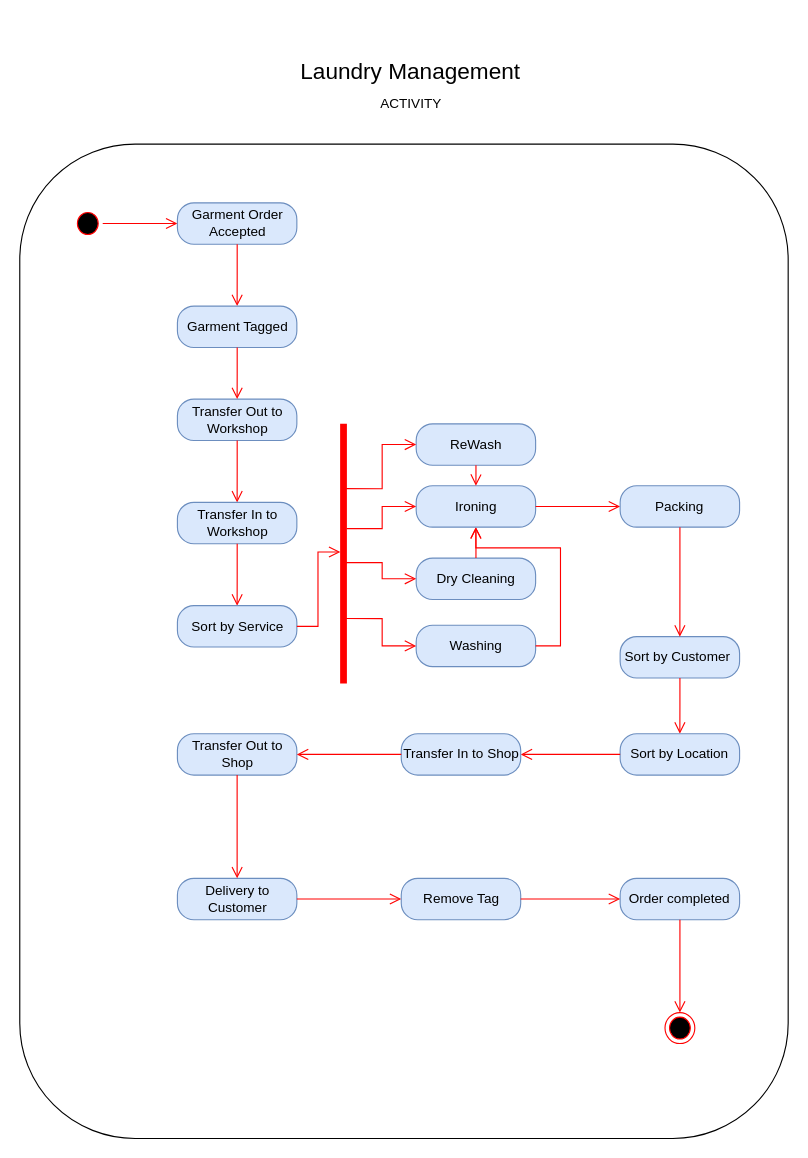
Earlier version of the draw.io diagram UML/Activity.drawio (Mufaddalsr/Laundry-Management-MaxLaundry-). Source tidied: cells renumbered, new cells numbered last; positions are measured from the earlier drawing's top-left corner, leaving out a move shared by most shapes. Both pictures are drawn from the tidied source at 113%, with x=0, y=0 at pixel (19, 53).
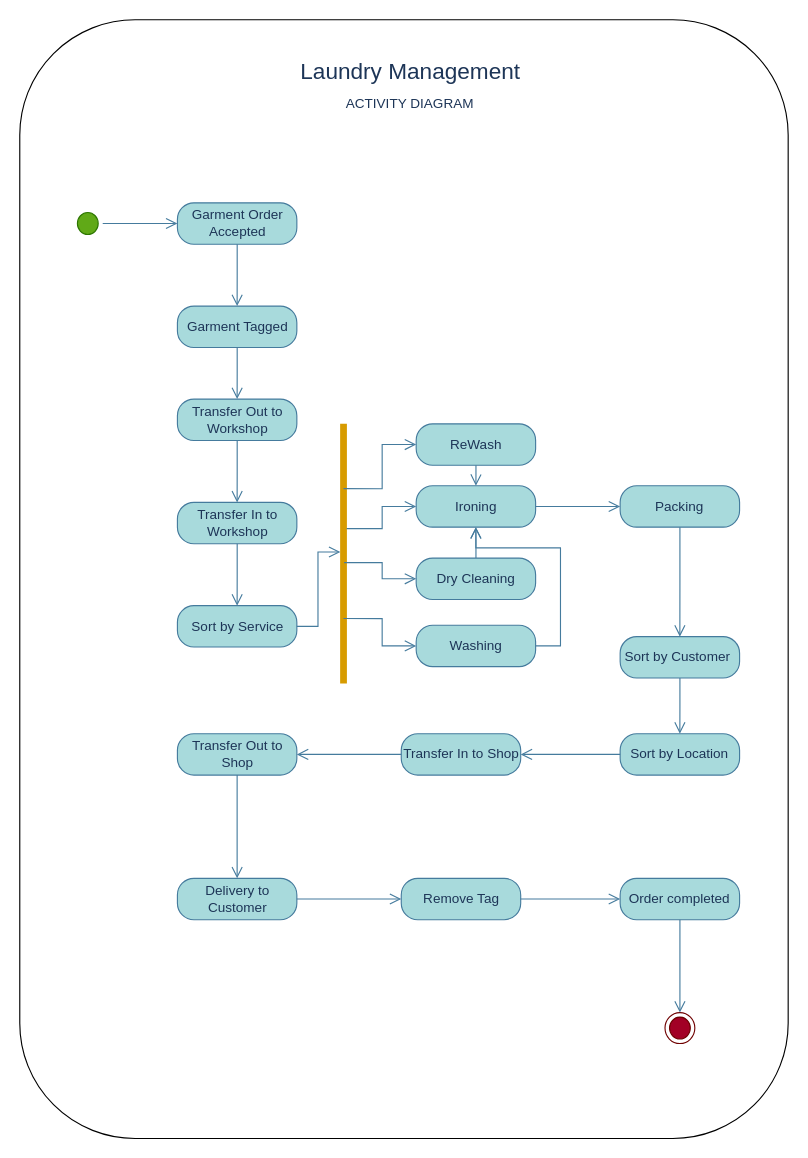
The same page after the edit.

Diff of the diagram source:
```diff
@@
-    <mxCell id="2" style="rounded=1;whiteSpace=wrap;html=1;" parent="1" vertex="1">
-      <mxGeometry y="80" width="680" height="880" as="geometry" />
+    <mxCell id="2" style="rounded=1;whiteSpace=wrap;html=1;labelBackgroundColor=none;" parent="1" vertex="1">
+      <mxGeometry y="-30" width="680" height="990" as="geometry" />
     </mxCell>
-    <mxCell id="3" style="group;" parent="1" vertex="1">
+    <mxCell id="3" style="group;labelBackgroundColor=none;fontColor=#1D3557;" parent="1" vertex="1">
       <mxGeometry x="226" width="240" height="60" as="geometry" />
     </mxCell>
-    <mxCell id="4" value="&lt;font style=&quot;font-size: 20px;&quot;&gt;Laundry Management&lt;/font&gt;" style="text;html=1;strokeColor=none;fillColor=none;align=center;verticalAlign=middle;whiteSpace=wrap;rounded=0;" parent="3" vertex="1">
+    <mxCell id="4" value="&lt;font style=&quot;font-size: 20px;&quot;&gt;Laundry Management&lt;/font&gt;" style="text;html=1;strokeColor=none;fillColor=none;align=center;verticalAlign=middle;whiteSpace=wrap;rounded=0;labelBackgroundColor=none;fontColor=#1D3557;" parent="3" vertex="1">
       <mxGeometry width="240" height="30" as="geometry" />
     </mxCell>
-    <mxCell id="5" value="ACTIVITY" style="text;html=1;strokeColor=none;fillColor=none;align=center;verticalAlign=middle;whiteSpace=wrap;rounded=0;" parent="3" vertex="1">
-      <mxGeometry x="78" y="30" width="85" height="30" as="geometry" />
+    <mxCell id="5" value="ACTIVITY DIAGRAM" style="text;html=1;strokeColor=none;fillColor=none;align=center;verticalAlign=middle;whiteSpace=wrap;rounded=0;labelBackgroundColor=none;fontColor=#1D3557;" parent="3" vertex="1">
+      <mxGeometry x="53" y="30" width="133" height="30" as="geometry" />
     </mxCell>
-    <mxCell id="6" style="group;" parent="1" vertex="1">
+    <mxCell id="6" style="group;labelBackgroundColor=none;fontColor=#1D3557;" parent="1" vertex="1">
       <mxGeometry x="47" y="132" width="590" height="744" as="geometry" />
     </mxCell>
-    <mxCell id="7" style="ellipse;html=1;shape=startState;fillColor=#000000;strokeColor=#ff0000;" parent="6" vertex="1">
+    <mxCell id="7" style="ellipse;html=1;shape=startState;fillColor=#60a917;strokeColor=#2D7600;labelBackgroundColor=none;fontColor=#ffffff;" parent="6" vertex="1">
       <mxGeometry y="4.6" width="26.4" height="27.4" as="geometry" />
     </mxCell>
-    <mxCell id="8" style="edgeStyle=orthogonalEdgeStyle;html=1;verticalAlign=bottom;endArrow=open;endSize=8;strokeColor=#ff0000;rounded=0;entryX=0;entryY=0.5;entryDx=0;entryDy=0;" parent="6" edge="1" source="7" target="10">
+    <mxCell id="8" style="edgeStyle=orthogonalEdgeStyle;html=1;verticalAlign=bottom;endArrow=open;endSize=8;strokeColor=#457B9D;rounded=0;entryX=0;entryY=0.5;entryDx=0;entryDy=0;labelBackgroundColor=none;fontColor=default;" parent="6" edge="1" source="7" target="10">
       <mxGeometry relative="1" as="geometry" />
     </mxCell>
-    <mxCell id="9" style="ellipse;html=1;shape=endState;fillColor=#000000;strokeColor=#ff0000;" parent="6" vertex="1">
+    <mxCell id="9" style="ellipse;html=1;shape=endState;fillColor=#a20025;strokeColor=#6F0000;labelBackgroundColor=none;fontColor=#ffffff;" parent="6" vertex="1">
       <mxGeometry x="524" y="716.6" width="26.4" height="27.4" as="geometry" />
     </mxCell>
-    <mxCell id="10" value="Garment Order Accepted" style="rounded=1;whiteSpace=wrap;html=1;arcSize=40;fillColor=#dae8fc;strokeColor=#6c8ebf;" parent="6" vertex="1">
+    <mxCell id="10" value="Garment Order Accepted" style="rounded=1;whiteSpace=wrap;html=1;arcSize=40;fillColor=#A8DADC;strokeColor=#457B9D;labelBackgroundColor=none;fontColor=#1D3557;" parent="6" vertex="1">
       <mxGeometry x="92.5" width="105.7" height="36.6" as="geometry" />
     </mxCell>
-    <mxCell id="11" style="edgeStyle=orthogonalEdgeStyle;html=1;verticalAlign=bottom;endArrow=open;endSize=8;strokeColor=#ff0000;rounded=0;entryX=0.5;entryY=0;entryDx=0;entryDy=0;" parent="6" edge="1" source="10" target="16">
+    <mxCell id="11" style="edgeStyle=orthogonalEdgeStyle;html=1;verticalAlign=bottom;endArrow=open;endSize=8;strokeColor=#457B9D;rounded=0;entryX=0.5;entryY=0;entryDx=0;entryDy=0;labelBackgroundColor=none;fontColor=default;" parent="6" edge="1" source="10" target="16">
       <mxGeometry relative="1" as="geometry" />
     </mxCell>
-    <mxCell id="12" value="Transfer Out to Workshop" style="rounded=1;whiteSpace=wrap;html=1;arcSize=40;fillColor=#dae8fc;strokeColor=#6c8ebf;" parent="6" vertex="1">
+    <mxCell id="12" value="Transfer Out to Workshop" style="rounded=1;whiteSpace=wrap;html=1;arcSize=40;fillColor=#A8DADC;strokeColor=#457B9D;labelBackgroundColor=none;fontColor=#1D3557;" parent="6" vertex="1">
       <mxGeometry x="92.5" y="173.7" width="105.7" height="36.6" as="geometry" />
     </mxCell>
-    <mxCell id="13" style="edgeStyle=orthogonalEdgeStyle;html=1;verticalAlign=bottom;endArrow=open;endSize=8;strokeColor=#ff0000;rounded=0;entryX=0.5;entryY=0;entryDx=0;entryDy=0;" parent="6" edge="1" source="12" target="14">
+    <mxCell id="13" style="edgeStyle=orthogonalEdgeStyle;html=1;verticalAlign=bottom;endArrow=open;endSize=8;strokeColor=#457B9D;rounded=0;entryX=0.5;entryY=0;entryDx=0;entryDy=0;labelBackgroundColor=none;fontColor=default;" parent="6" edge="1" source="12" target="14">
       <mxGeometry relative="1" as="geometry" />
     </mxCell>
-    <mxCell id="14" value="Transfer In to Workshop" style="rounded=1;whiteSpace=wrap;html=1;arcSize=40;fillColor=#dae8fc;strokeColor=#6c8ebf;" parent="6" vertex="1">
+    <mxCell id="14" value="Transfer In to Workshop" style="rounded=1;whiteSpace=wrap;html=1;arcSize=40;fillColor=#A8DADC;strokeColor=#457B9D;labelBackgroundColor=none;fontColor=#1D3557;" parent="6" vertex="1">
       <mxGeometry x="92.5" y="265.1" width="105.7" height="36.6" as="geometry" />
     </mxCell>
-    <mxCell id="15" style="edgeStyle=orthogonalEdgeStyle;html=1;verticalAlign=bottom;endArrow=open;endSize=8;strokeColor=#ff0000;rounded=0;entryX=0.5;entryY=0;entryDx=0;entryDy=0;" parent="6" edge="1" source="14" target="18">
+    <mxCell id="15" style="edgeStyle=orthogonalEdgeStyle;html=1;verticalAlign=bottom;endArrow=open;endSize=8;strokeColor=#457B9D;rounded=0;entryX=0.5;entryY=0;entryDx=0;entryDy=0;labelBackgroundColor=none;fontColor=default;" parent="6" edge="1" source="14" target="18">
       <mxGeometry relative="1" as="geometry" />
     </mxCell>
-    <mxCell id="16" value="Garment Tagged" style="rounded=1;whiteSpace=wrap;html=1;arcSize=40;fillColor=#dae8fc;strokeColor=#6c8ebf;" parent="6" vertex="1">
+    <mxCell id="16" value="Garment Tagged" style="rounded=1;whiteSpace=wrap;html=1;arcSize=40;fillColor=#A8DADC;strokeColor=#457B9D;labelBackgroundColor=none;fontColor=#1D3557;" parent="6" vertex="1">
       <mxGeometry x="92.5" y="91.4" width="105.7" height="36.6" as="geometry" />
     </mxCell>
-    <mxCell id="17" style="edgeStyle=orthogonalEdgeStyle;html=1;verticalAlign=bottom;endArrow=open;endSize=8;strokeColor=#ff0000;rounded=0;entryX=0.5;entryY=0;entryDx=0;entryDy=0;" parent="6" edge="1" source="16" target="12">
+    <mxCell id="17" style="edgeStyle=orthogonalEdgeStyle;html=1;verticalAlign=bottom;endArrow=open;endSize=8;strokeColor=#457B9D;rounded=0;entryX=0.5;entryY=0;entryDx=0;entryDy=0;labelBackgroundColor=none;fontColor=default;" parent="6" edge="1" source="16" target="12">
       <mxGeometry relative="1" as="geometry" />
     </mxCell>
-    <mxCell id="18" value="Sort by Service" style="rounded=1;whiteSpace=wrap;html=1;arcSize=40;fillColor=#dae8fc;strokeColor=#6c8ebf;" parent="6" vertex="1">
+    <mxCell id="18" value="Sort by Service" style="rounded=1;whiteSpace=wrap;html=1;arcSize=40;fillColor=#A8DADC;strokeColor=#457B9D;labelBackgroundColor=none;fontColor=#1D3557;" parent="6" vertex="1">
       <mxGeometry x="92.5" y="356.5" width="105.7" height="36.6" as="geometry" />
     </mxCell>
-    <mxCell id="19" style="edgeStyle=orthogonalEdgeStyle;html=1;verticalAlign=bottom;endArrow=open;endSize=8;strokeColor=#ff0000;rounded=0;entryX=0.494;entryY=0.849;entryDx=0;entryDy=0;entryPerimeter=0;" parent="6" edge="1" source="18" target="43">
+    <mxCell id="19" style="edgeStyle=orthogonalEdgeStyle;html=1;verticalAlign=bottom;endArrow=open;endSize=8;strokeColor=#457B9D;rounded=0;entryX=0.494;entryY=0.849;entryDx=0;entryDy=0;entryPerimeter=0;labelBackgroundColor=none;fontColor=default;" parent="6" edge="1" source="18" target="43">
       <mxGeometry relative="1" as="geometry" />
     </mxCell>
-    <mxCell id="20" value="Washing" style="rounded=1;whiteSpace=wrap;html=1;arcSize=40;fillColor=#dae8fc;strokeColor=#6c8ebf;" parent="6" vertex="1">
+    <mxCell id="20" value="Washing" style="rounded=1;whiteSpace=wrap;html=1;arcSize=40;fillColor=#A8DADC;strokeColor=#457B9D;labelBackgroundColor=none;fontColor=#1D3557;" parent="6" vertex="1">
       <mxGeometry x="303.8" y="373.8" width="105.7" height="36.6" as="geometry" />
     </mxCell>
-    <mxCell id="21" style="edgeStyle=orthogonalEdgeStyle;html=1;verticalAlign=bottom;endArrow=open;endSize=8;strokeColor=#ff0000;rounded=0;" parent="6" edge="1" source="20">
+    <mxCell id="21" style="edgeStyle=orthogonalEdgeStyle;html=1;verticalAlign=bottom;endArrow=open;endSize=8;strokeColor=#457B9D;rounded=0;labelBackgroundColor=none;fontColor=default;" parent="6" edge="1" source="20">
       <mxGeometry relative="1" as="geometry">
         <mxPoint x="356.6" y="287" as="targetPoint" />
         <Array as="points">
           <mxPoint x="431.5" y="392.1" />
           <mxPoint x="431.5" y="305.3" />
           <mxPoint x="356.6" y="305.3" />
           <mxPoint x="356.6" y="287" />
         </Array>
       </mxGeometry>
     </mxCell>
-    <mxCell id="22" value="Dry Cleaning" style="rounded=1;whiteSpace=wrap;html=1;arcSize=40;fillColor=#dae8fc;strokeColor=#6c8ebf;" parent="6" vertex="1">
+    <mxCell id="22" value="Dry Cleaning" style="rounded=1;whiteSpace=wrap;html=1;arcSize=40;fillColor=#A8DADC;strokeColor=#457B9D;labelBackgroundColor=none;fontColor=#1D3557;" parent="6" vertex="1">
       <mxGeometry x="303.8" y="314.4" width="105.7" height="36.6" as="geometry" />
     </mxCell>
-    <mxCell id="23" style="edgeStyle=orthogonalEdgeStyle;html=1;verticalAlign=bottom;endArrow=open;endSize=8;strokeColor=#ff0000;rounded=0;entryX=0.5;entryY=1;entryDx=0;entryDy=0;" parent="6" edge="1" source="22" target="24">
+    <mxCell id="23" style="edgeStyle=orthogonalEdgeStyle;html=1;verticalAlign=bottom;endArrow=open;endSize=8;strokeColor=#457B9D;rounded=0;entryX=0.5;entryY=1;entryDx=0;entryDy=0;labelBackgroundColor=none;fontColor=default;" parent="6" edge="1" source="22" target="24">
       <mxGeometry relative="1" as="geometry" />
     </mxCell>
-    <mxCell id="24" value="Ironing" style="rounded=1;whiteSpace=wrap;html=1;arcSize=40;fillColor=#dae8fc;strokeColor=#6c8ebf;" parent="6" vertex="1">
+    <mxCell id="24" value="Ironing" style="rounded=1;whiteSpace=wrap;html=1;arcSize=40;fillColor=#A8DADC;strokeColor=#457B9D;labelBackgroundColor=none;fontColor=#1D3557;" parent="6" vertex="1">
       <mxGeometry x="303.8" y="250.4" width="105.7" height="36.6" as="geometry" />
     </mxCell>
-    <mxCell id="25" style="edgeStyle=orthogonalEdgeStyle;html=1;verticalAlign=bottom;endArrow=open;endSize=8;strokeColor=#ff0000;rounded=0;entryX=0;entryY=0.5;entryDx=0;entryDy=0;" parent="6" edge="1" source="24" target="30">
+    <mxCell id="25" style="edgeStyle=orthogonalEdgeStyle;html=1;verticalAlign=bottom;endArrow=open;endSize=8;strokeColor=#457B9D;rounded=0;entryX=0;entryY=0.5;entryDx=0;entryDy=0;labelBackgroundColor=none;fontColor=default;" parent="6" edge="1" source="24" target="30">
       <mxGeometry relative="1" as="geometry" />
     </mxCell>
-    <mxCell id="26" value="ReWash" style="rounded=1;whiteSpace=wrap;html=1;arcSize=40;fillColor=#dae8fc;strokeColor=#6c8ebf;" parent="6" vertex="1">
+    <mxCell id="26" value="ReWash" style="rounded=1;whiteSpace=wrap;html=1;arcSize=40;fillColor=#A8DADC;strokeColor=#457B9D;labelBackgroundColor=none;fontColor=#1D3557;" parent="6" vertex="1">
       <mxGeometry x="303.8" y="195.6" width="105.7" height="36.6" as="geometry" />
     </mxCell>
-    <mxCell id="27" style="edgeStyle=orthogonalEdgeStyle;html=1;verticalAlign=bottom;endArrow=open;endSize=8;strokeColor=#ff0000;rounded=0;entryX=0.5;entryY=0;entryDx=0;entryDy=0;" parent="6" edge="1" source="26" target="24">
+    <mxCell id="27" style="edgeStyle=orthogonalEdgeStyle;html=1;verticalAlign=bottom;endArrow=open;endSize=8;strokeColor=#457B9D;rounded=0;entryX=0.5;entryY=0;entryDx=0;entryDy=0;labelBackgroundColor=none;fontColor=default;" parent="6" edge="1" source="26" target="24">
       <mxGeometry relative="1" as="geometry" />
     </mxCell>
-    <mxCell id="28" value="Sort by Customer&amp;nbsp;" style="rounded=1;whiteSpace=wrap;html=1;arcSize=40;fillColor=#dae8fc;strokeColor=#6c8ebf;" parent="6" vertex="1">
+    <mxCell id="28" value="Sort by Customer&amp;nbsp;" style="rounded=1;whiteSpace=wrap;html=1;arcSize=40;fillColor=#A8DADC;strokeColor=#457B9D;labelBackgroundColor=none;fontColor=#1D3557;" parent="6" vertex="1">
       <mxGeometry x="484.3" y="383.9" width="105.7" height="36.6" as="geometry" />
     </mxCell>
-    <mxCell id="29" style="edgeStyle=orthogonalEdgeStyle;html=1;verticalAlign=bottom;endArrow=open;endSize=8;strokeColor=#ff0000;rounded=0;entryX=0.5;entryY=0;entryDx=0;entryDy=0;" parent="6" edge="1" source="28" target="32">
+    <mxCell id="29" style="edgeStyle=orthogonalEdgeStyle;html=1;verticalAlign=bottom;endArrow=open;endSize=8;strokeColor=#457B9D;rounded=0;entryX=0.5;entryY=0;entryDx=0;entryDy=0;labelBackgroundColor=none;fontColor=default;" parent="6" edge="1" source="28" target="32">
       <mxGeometry relative="1" as="geometry" />
     </mxCell>
-    <mxCell id="30" value="Packing" style="rounded=1;whiteSpace=wrap;html=1;arcSize=40;fillColor=#dae8fc;strokeColor=#6c8ebf;" parent="6" vertex="1">
+    <mxCell id="30" value="Packing" style="rounded=1;whiteSpace=wrap;html=1;arcSize=40;fillColor=#A8DADC;strokeColor=#457B9D;labelBackgroundColor=none;fontColor=#1D3557;" parent="6" vertex="1">
       <mxGeometry x="484.3" y="250.4" width="105.7" height="36.6" as="geometry" />
     </mxCell>
-    <mxCell id="31" style="edgeStyle=orthogonalEdgeStyle;html=1;verticalAlign=bottom;endArrow=open;endSize=8;strokeColor=#ff0000;rounded=0;entryX=0.5;entryY=0;entryDx=0;entryDy=0;" parent="6" edge="1" source="30" target="28">
+    <mxCell id="31" style="edgeStyle=orthogonalEdgeStyle;html=1;verticalAlign=bottom;endArrow=open;endSize=8;strokeColor=#457B9D;rounded=0;entryX=0.5;entryY=0;entryDx=0;entryDy=0;labelBackgroundColor=none;fontColor=default;" parent="6" edge="1" source="30" target="28">
       <mxGeometry relative="1" as="geometry" />
     </mxCell>
-    <mxCell id="32" value="Sort by Location" style="rounded=1;whiteSpace=wrap;html=1;arcSize=40;fillColor=#dae8fc;strokeColor=#6c8ebf;" parent="6" vertex="1">
+    <mxCell id="32" value="Sort by Location" style="rounded=1;whiteSpace=wrap;html=1;arcSize=40;fillColor=#A8DADC;strokeColor=#457B9D;labelBackgroundColor=none;fontColor=#1D3557;" parent="6" vertex="1">
       <mxGeometry x="484.3" y="469.8" width="105.7" height="36.6" as="geometry" />
     </mxCell>
-    <mxCell id="33" style="edgeStyle=orthogonalEdgeStyle;html=1;verticalAlign=bottom;endArrow=open;endSize=8;strokeColor=#ff0000;rounded=0;entryX=1;entryY=0.5;entryDx=0;entryDy=0;" parent="6" edge="1" source="32" target="35">
+    <mxCell id="33" style="edgeStyle=orthogonalEdgeStyle;html=1;verticalAlign=bottom;endArrow=open;endSize=8;strokeColor=#457B9D;rounded=0;entryX=1;entryY=0.5;entryDx=0;entryDy=0;labelBackgroundColor=none;fontColor=default;" parent="6" edge="1" source="32" target="35">
       <mxGeometry relative="1" as="geometry" />
     </mxCell>
-    <mxCell id="34" value="Transfer Out to Shop" style="rounded=1;whiteSpace=wrap;html=1;arcSize=40;fillColor=#dae8fc;strokeColor=#6c8ebf;" parent="6" vertex="1">
+    <mxCell id="34" value="Transfer Out to Shop" style="rounded=1;whiteSpace=wrap;html=1;arcSize=40;fillColor=#A8DADC;strokeColor=#457B9D;labelBackgroundColor=none;fontColor=#1D3557;" parent="6" vertex="1">
       <mxGeometry x="92.5" y="469.8" width="105.7" height="36.6" as="geometry" />
     </mxCell>
-    <mxCell id="35" value="Transfer In to Shop" style="rounded=1;whiteSpace=wrap;html=1;arcSize=40;fillColor=#dae8fc;strokeColor=#6c8ebf;" parent="6" vertex="1">
+    <mxCell id="35" value="Transfer In to Shop" style="rounded=1;whiteSpace=wrap;html=1;arcSize=40;fillColor=#A8DADC;strokeColor=#457B9D;labelBackgroundColor=none;fontColor=#1D3557;" parent="6" vertex="1">
       <mxGeometry x="290.6" y="469.8" width="105.7" height="36.6" as="geometry" />
     </mxCell>
-    <mxCell id="36" value="Delivery to Customer" style="rounded=1;whiteSpace=wrap;html=1;arcSize=40;fillColor=#dae8fc;strokeColor=#6c8ebf;" parent="6" vertex="1">
+    <mxCell id="36" value="Delivery to Customer" style="rounded=1;whiteSpace=wrap;html=1;arcSize=40;fillColor=#A8DADC;strokeColor=#457B9D;labelBackgroundColor=none;fontColor=#1D3557;" parent="6" vertex="1">
       <mxGeometry x="92.5" y="597.8" width="105.7" height="36.6" as="geometry" />
     </mxCell>
-    <mxCell id="37" style="edgeStyle=orthogonalEdgeStyle;html=1;verticalAlign=bottom;endArrow=open;endSize=8;strokeColor=#ff0000;rounded=0;entryX=0;entryY=0.5;entryDx=0;entryDy=0;" parent="6" edge="1" source="36" target="40">
+    <mxCell id="37" style="edgeStyle=orthogonalEdgeStyle;html=1;verticalAlign=bottom;endArrow=open;endSize=8;strokeColor=#457B9D;rounded=0;entryX=0;entryY=0.5;entryDx=0;entryDy=0;labelBackgroundColor=none;fontColor=default;" parent="6" edge="1" source="36" target="40">
       <mxGeometry relative="1" as="geometry">
         <Array as="points">
           <mxPoint x="255.4" y="616" />
           <mxPoint x="255.4" y="616" />
         </Array>
       </mxGeometry>
     </mxCell>
-    <mxCell id="38" value="Order completed" style="rounded=1;whiteSpace=wrap;html=1;arcSize=40;fillColor=#dae8fc;strokeColor=#6c8ebf;" parent="6" vertex="1">
+    <mxCell id="38" value="Order completed" style="rounded=1;whiteSpace=wrap;html=1;arcSize=40;fillColor=#A8DADC;strokeColor=#457B9D;labelBackgroundColor=none;fontColor=#1D3557;" parent="6" vertex="1">
       <mxGeometry x="484.3" y="597.8" width="105.7" height="36.6" as="geometry" />
     </mxCell>
-    <mxCell id="39" style="edgeStyle=orthogonalEdgeStyle;html=1;verticalAlign=bottom;endArrow=open;endSize=8;strokeColor=#ff0000;rounded=0;" parent="6" edge="1" source="38" target="9">
+    <mxCell id="39" style="edgeStyle=orthogonalEdgeStyle;html=1;verticalAlign=bottom;endArrow=open;endSize=8;strokeColor=#457B9D;rounded=0;labelBackgroundColor=none;fontColor=default;" parent="6" edge="1" source="38" target="9">
       <mxGeometry relative="1" as="geometry" />
     </mxCell>
-    <mxCell id="40" value="Remove Tag" style="rounded=1;whiteSpace=wrap;html=1;arcSize=40;fillColor=#dae8fc;strokeColor=#6c8ebf;" parent="6" vertex="1">
+    <mxCell id="40" value="Remove Tag" style="rounded=1;whiteSpace=wrap;html=1;arcSize=40;fillColor=#A8DADC;strokeColor=#457B9D;labelBackgroundColor=none;fontColor=#1D3557;" parent="6" vertex="1">
       <mxGeometry x="290.6" y="597.8" width="105.7" height="36.6" as="geometry" />
     </mxCell>
-    <mxCell id="41" style="edgeStyle=orthogonalEdgeStyle;html=1;verticalAlign=bottom;endArrow=open;endSize=8;strokeColor=#ff0000;rounded=0;entryX=0;entryY=0.5;entryDx=0;entryDy=0;" parent="6" edge="1" source="40" target="38">
+    <mxCell id="41" style="edgeStyle=orthogonalEdgeStyle;html=1;verticalAlign=bottom;endArrow=open;endSize=8;strokeColor=#457B9D;rounded=0;entryX=0;entryY=0.5;entryDx=0;entryDy=0;labelBackgroundColor=none;fontColor=default;" parent="6" edge="1" source="40" target="38">
       <mxGeometry relative="1" as="geometry" />
     </mxCell>
-    <mxCell id="42" style="group;direction=east;flipV=1;flipH=1;rotation=90;" parent="6" vertex="1">
+    <mxCell id="42" style="group;direction=east;flipV=1;flipH=1;rotation=90;labelBackgroundColor=none;fontColor=#1D3557;" parent="6" vertex="1">
       <mxGeometry x="211.3" y="379.3" width="143.1" height="64" as="geometry" />
     </mxCell>
-    <mxCell id="43" style="shape=line;html=1;strokeWidth=6;strokeColor=#ff0000;flipH=0;rotation=90;" parent="42" vertex="1">
+    <mxCell id="43" style="shape=line;html=1;strokeWidth=6;flipH=0;rotation=90;labelBackgroundColor=none;fillColor=#ffe6cc;strokeColor=#d79b00;" parent="42" vertex="1">
       <mxGeometry x="-86.7" y="-72.9" width="229.8" height="8" as="geometry" />
     </mxCell>
-    <mxCell id="44" style="edgeStyle=orthogonalEdgeStyle;html=1;verticalAlign=bottom;endArrow=open;endSize=8;strokeColor=#ff0000;rounded=0;entryX=0;entryY=0.5;entryDx=0;entryDy=0;exitX=0.75;exitY=0.5;exitDx=0;exitDy=0;exitPerimeter=0;" parent="6" edge="1" source="43" target="20">
+    <mxCell id="44" style="edgeStyle=orthogonalEdgeStyle;html=1;verticalAlign=bottom;endArrow=open;endSize=8;strokeColor=#457B9D;rounded=0;entryX=0;entryY=0.5;entryDx=0;entryDy=0;exitX=0.75;exitY=0.5;exitDx=0;exitDy=0;exitPerimeter=0;labelBackgroundColor=none;fontColor=default;" parent="6" edge="1" source="43" target="20">
       <mxGeometry relative="1" as="geometry" />
     </mxCell>
-    <mxCell id="45" style="edgeStyle=orthogonalEdgeStyle;html=1;verticalAlign=bottom;endArrow=open;endSize=8;strokeColor=#ff0000;rounded=0;exitX=0.535;exitY=0.435;exitDx=0;exitDy=0;exitPerimeter=0;entryX=0;entryY=0.5;entryDx=0;entryDy=0;" parent="6" edge="1" source="43" target="22">
+    <mxCell id="45" style="edgeStyle=orthogonalEdgeStyle;html=1;verticalAlign=bottom;endArrow=open;endSize=8;strokeColor=#457B9D;rounded=0;exitX=0.535;exitY=0.435;exitDx=0;exitDy=0;exitPerimeter=0;entryX=0;entryY=0.5;entryDx=0;entryDy=0;labelBackgroundColor=none;fontColor=default;" parent="6" edge="1" source="43" target="22">
       <mxGeometry relative="1" as="geometry" />
     </mxCell>
-    <mxCell id="46" style="edgeStyle=orthogonalEdgeStyle;html=1;verticalAlign=bottom;endArrow=open;endSize=8;strokeColor=#ff0000;rounded=0;exitX=0.404;exitY=0.157;exitDx=0;exitDy=0;exitPerimeter=0;entryX=0;entryY=0.5;entryDx=0;entryDy=0;" parent="6" edge="1" source="43" target="24">
+    <mxCell id="46" style="edgeStyle=orthogonalEdgeStyle;html=1;verticalAlign=bottom;endArrow=open;endSize=8;strokeColor=#457B9D;rounded=0;exitX=0.404;exitY=0.157;exitDx=0;exitDy=0;exitPerimeter=0;entryX=0;entryY=0.5;entryDx=0;entryDy=0;labelBackgroundColor=none;fontColor=default;" parent="6" edge="1" source="43" target="24">
       <mxGeometry relative="1" as="geometry" />
     </mxCell>
-    <mxCell id="47" style="edgeStyle=orthogonalEdgeStyle;html=1;verticalAlign=bottom;endArrow=open;endSize=8;strokeColor=#ff0000;rounded=0;exitX=0.25;exitY=0.5;exitDx=0;exitDy=0;exitPerimeter=0;entryX=0;entryY=0.5;entryDx=0;entryDy=0;" parent="6" edge="1" source="43" target="26">
+    <mxCell id="47" style="edgeStyle=orthogonalEdgeStyle;html=1;verticalAlign=bottom;endArrow=open;endSize=8;strokeColor=#457B9D;rounded=0;exitX=0.25;exitY=0.5;exitDx=0;exitDy=0;exitPerimeter=0;entryX=0;entryY=0.5;entryDx=0;entryDy=0;labelBackgroundColor=none;fontColor=default;" parent="6" edge="1" source="43" target="26">
       <mxGeometry relative="1" as="geometry" />
     </mxCell>
-    <mxCell id="48" style="edgeStyle=orthogonalEdgeStyle;html=1;verticalAlign=bottom;endArrow=open;endSize=8;strokeColor=#ff0000;rounded=0;entryX=1;entryY=0.5;entryDx=0;entryDy=0;exitX=0;exitY=0.5;exitDx=0;exitDy=0;" parent="6" edge="1" source="35" target="34">
+    <mxCell id="48" style="edgeStyle=orthogonalEdgeStyle;html=1;verticalAlign=bottom;endArrow=open;endSize=8;strokeColor=#457B9D;rounded=0;entryX=1;entryY=0.5;entryDx=0;entryDy=0;exitX=0;exitY=0.5;exitDx=0;exitDy=0;labelBackgroundColor=none;fontColor=default;" parent="6" edge="1" source="35" target="34">
       <mxGeometry relative="1" as="geometry" />
     </mxCell>
-    <mxCell id="49" style="edgeStyle=orthogonalEdgeStyle;html=1;verticalAlign=bottom;endArrow=open;endSize=8;strokeColor=#ff0000;rounded=0;entryX=0.5;entryY=0;entryDx=0;entryDy=0;exitX=0.5;exitY=1;exitDx=0;exitDy=0;" parent="6" edge="1" source="34" target="36">
+    <mxCell id="49" style="edgeStyle=orthogonalEdgeStyle;html=1;verticalAlign=bottom;endArrow=open;endSize=8;strokeColor=#457B9D;rounded=0;entryX=0.5;entryY=0;entryDx=0;entryDy=0;exitX=0.5;exitY=1;exitDx=0;exitDy=0;labelBackgroundColor=none;fontColor=default;" parent="6" edge="1" source="34" target="36">
       <mxGeometry relative="1" as="geometry" />
     </mxCell>
```
